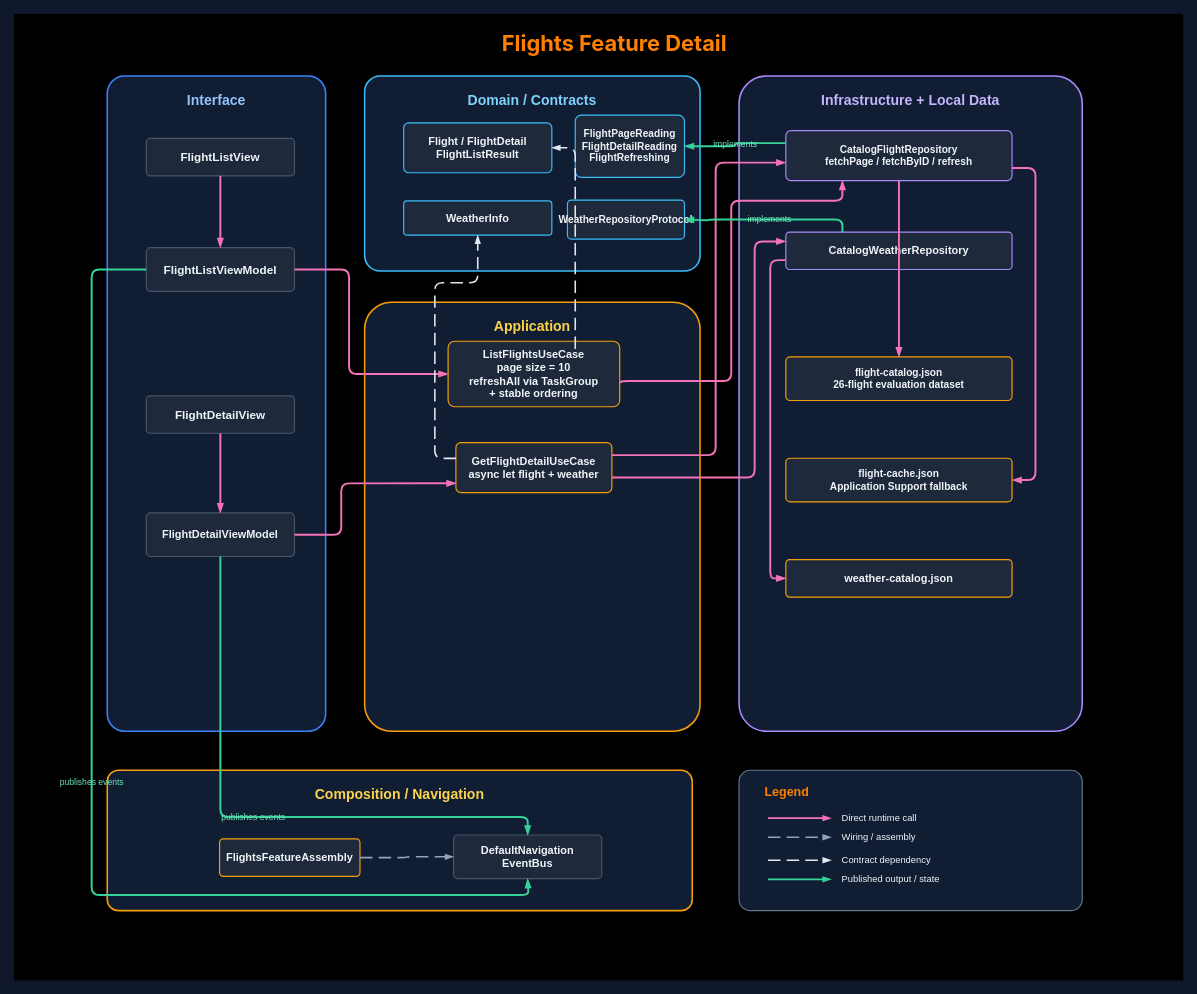
The draw.io diagram docs/architecture/flights-feature-detail.drawio in SwiftEnProfundidad/ios-architecture-showcase, before the edit. Source tidied: cells renumbered, new cells numbered last; positions are measured from the earlier drawing's top-left corner, leaving out a move shared by most shapes. Both pictures are drawn from the tidied source at 78%, with x=0, y=0 at pixel (13, 13).
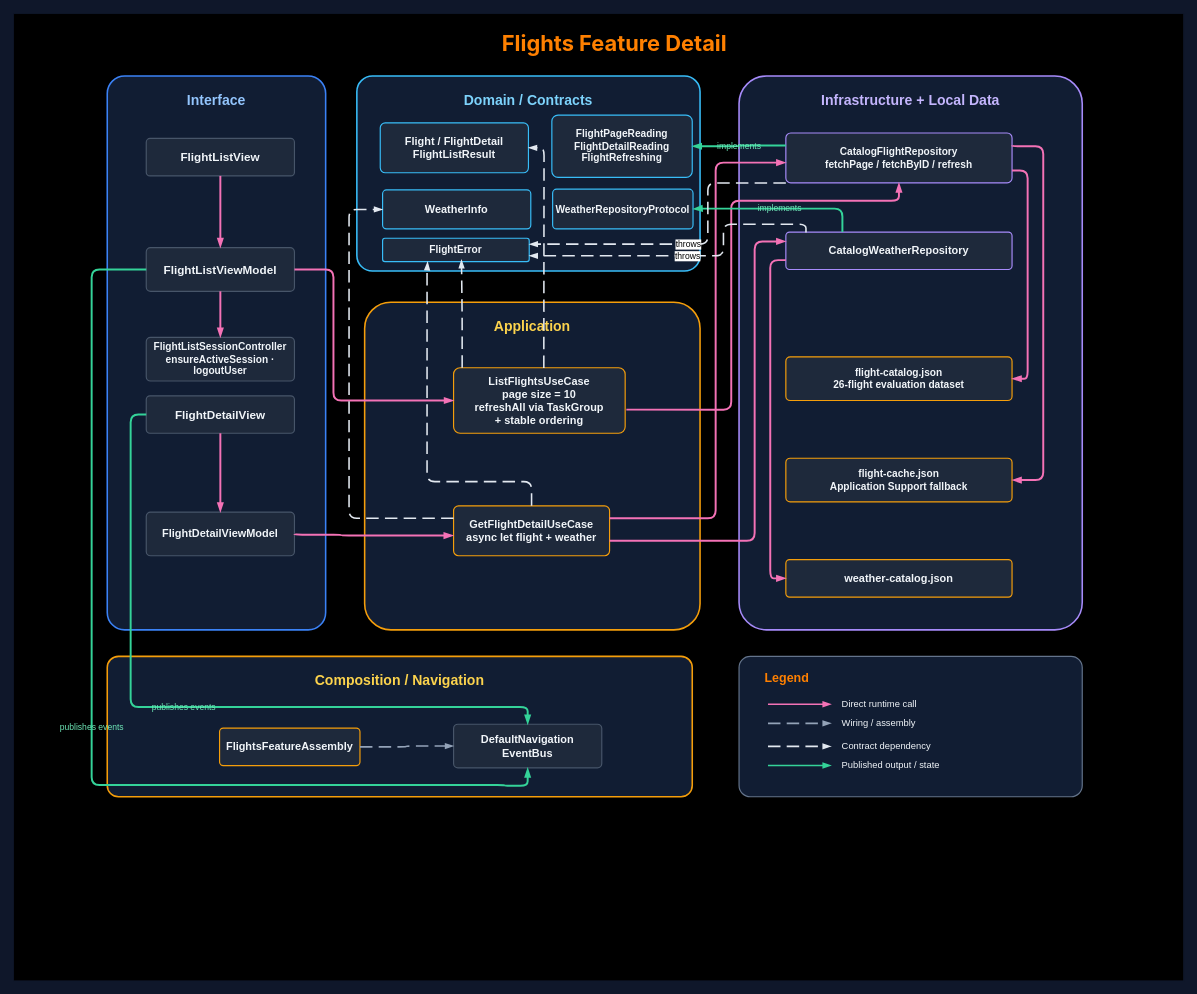
Above is the later version.

The change refers to these unchanged cells:
```xml
<mxCell id="10" value="FlightListViewModel" style="rounded=1;arcSize=10;whiteSpace=wrap;html=1;fillColor=#1E293B;strokeColor=#475569;strokeWidth=1.5;fontColor=#F1F5F9;fontSize=15;fontStyle=1;align=center;" parent="1" vertex="1">
  <mxGeometry x="170" y="300" width="190" height="56" as="geometry" />
</mxCell>
<mxCell id="11" value="FlightDetailView" style="rounded=1;arcSize=10;whiteSpace=wrap;html=1;fillColor=#1E293B;strokeColor=#475569;strokeWidth=1.5;fontColor=#F1F5F9;fontSize=15;fontStyle=1;align=center;" parent="1" vertex="1">
  <mxGeometry x="170" y="490" width="190" height="48" as="geometry" />
</mxCell>
<mxCell id="20" value="CatalogWeatherRepository" style="rounded=1;arcSize=10;whiteSpace=wrap;html=1;fillColor=#1E293B;strokeColor=#A78BFA;strokeWidth=1.5;fontColor=#F1F5F9;fontSize=14;fontStyle=1;align=center;" parent="1" vertex="1">
  <mxGeometry x="990" y="280" width="290" height="48" as="geometry" />
</mxCell>
<mxCell id="21" value="flight-catalog.json&#10;26-flight evaluation dataset" style="rounded=1;arcSize=10;whiteSpace=wrap;html=1;fillColor=#1E293B;strokeColor=#F59E0B;strokeWidth=1.5;fontColor=#F1F5F9;fontSize=13;fontStyle=1;align=center;" parent="1" vertex="1">
  <mxGeometry x="990" y="440" width="290" height="56" as="geometry" />
</mxCell>
<mxCell id="22" value="flight-cache.json&#10;Application Support fallback" style="rounded=1;arcSize=10;whiteSpace=wrap;html=1;fillColor=#1E293B;strokeColor=#F59E0B;strokeWidth=1.5;fontColor=#F1F5F9;fontSize=13;fontStyle=1;align=center;" parent="1" vertex="1">
  <mxGeometry x="990" y="570" width="290" height="56" as="geometry" />
</mxCell>
```

The edit, as a diff of the source:
```diff
@@
     <mxCell id="4" value="Interface" style="rounded=1;arcSize=8;whiteSpace=wrap;html=1;fillColor=#111D33;strokeColor=#3B82F6;strokeWidth=2;fontColor=#93C5FD;fontSize=18;fontStyle=1;verticalAlign=top;spacingTop=14;align=center;" parent="1" vertex="1">
-      <mxGeometry x="120" y="80" width="280" height="840" as="geometry" />
+      <mxGeometry x="120" y="80" width="280" height="710" as="geometry" />
     </mxCell>
     <mxCell id="5" value="Domain / Contracts" style="rounded=1;arcSize=8;whiteSpace=wrap;html=1;fillColor=#111D33;strokeColor=#38BDF8;strokeWidth=2;fontColor=#7DD3FC;fontSize=18;fontStyle=1;verticalAlign=top;spacingTop=14;align=center;" parent="1" vertex="1">
-      <mxGeometry x="450" y="80" width="430" height="250" as="geometry" />
+      <mxGeometry x="440" y="80" width="440" height="250" as="geometry" />
     </mxCell>
     <mxCell id="6" value="Application" style="rounded=1;arcSize=8;whiteSpace=wrap;html=1;fillColor=#111D33;strokeColor=#F59E0B;strokeWidth=2;fontColor=#FCD34D;fontSize=18;fontStyle=1;verticalAlign=top;spacingTop=14;align=center;" parent="1" vertex="1">
-      <mxGeometry x="450" y="370" width="430" height="550" as="geometry" />
+      <mxGeometry x="450" y="370" width="430" height="420" as="geometry" />
     </mxCell>
     <mxCell id="7" value="Infrastructure + Local Data" style="rounded=1;arcSize=8;whiteSpace=wrap;html=1;fillColor=#111D33;strokeColor=#A78BFA;strokeWidth=2;fontColor=#C4B5FD;fontSize=18;fontStyle=1;verticalAlign=top;spacingTop=14;align=center;" parent="1" vertex="1">
-      <mxGeometry x="930" y="80" width="440" height="840" as="geometry" />
+      <mxGeometry x="930" y="80" width="440" height="710" as="geometry" />
     </mxCell>
     <mxCell id="8" value="Composition / Navigation" style="rounded=1;arcSize=8;whiteSpace=wrap;html=1;fillColor=#111D33;strokeColor=#F59E0B;strokeWidth=2;fontColor=#FCD34D;fontSize=18;fontStyle=1;verticalAlign=top;spacingTop=14;align=center;" parent="1" vertex="1">
-      <mxGeometry x="120" y="970" width="750" height="180" as="geometry" />
+      <mxGeometry x="120" y="824" width="750" height="180" as="geometry" />
     </mxCell>
@@
     <mxCell id="12" value="FlightDetailViewModel" style="rounded=1;arcSize=10;whiteSpace=wrap;html=1;fillColor=#1E293B;strokeColor=#475569;strokeWidth=1.5;fontColor=#F1F5F9;fontSize=14;fontStyle=1;align=center;" parent="1" vertex="1">
-      <mxGeometry x="170" y="640" width="190" height="56" as="geometry" />
+      <mxGeometry x="170" y="639" width="190" height="56" as="geometry" />
     </mxCell>
     <mxCell id="13" value="Flight / FlightDetail&#10;FlightListResult" style="rounded=1;arcSize=10;whiteSpace=wrap;html=1;fillColor=#1E293B;strokeColor=#38BDF8;strokeWidth=1.5;fontColor=#F1F5F9;fontSize=14;fontStyle=1;align=center;" parent="1" vertex="1">
-      <mxGeometry x="500" y="140" width="190" height="64" as="geometry" />
+      <mxGeometry x="470" y="140" width="190" height="64" as="geometry" />
     </mxCell>
     <mxCell id="14" value="WeatherInfo" style="rounded=1;arcSize=10;whiteSpace=wrap;html=1;fillColor=#1E293B;strokeColor=#38BDF8;strokeWidth=1.5;fontColor=#F1F5F9;fontSize=14;fontStyle=1;align=center;" parent="1" vertex="1">
-      <mxGeometry x="500" y="240" width="190" height="44" as="geometry" />
+      <mxGeometry x="473" y="226" width="190" height="50" as="geometry" />
     </mxCell>
     <mxCell id="15" value="FlightPageReading&#10;FlightDetailReading&#10;FlightRefreshing" style="rounded=1;arcSize=10;whiteSpace=wrap;html=1;fillColor=#1E293B;strokeColor=#38BDF8;strokeWidth=1.5;fontColor=#F1F5F9;fontSize=13;fontStyle=1;align=center;" parent="1" vertex="1">
-      <mxGeometry x="720" y="130" width="140" height="80" as="geometry" />
+      <mxGeometry x="690" y="130" width="180" height="80" as="geometry" />
     </mxCell>
     <mxCell id="16" value="WeatherRepositoryProtocol" style="rounded=1;arcSize=10;whiteSpace=wrap;html=1;fillColor=#1E293B;strokeColor=#38BDF8;strokeWidth=1.5;fontColor=#F1F5F9;fontSize=13;fontStyle=1;align=center;" parent="1" vertex="1">
-      <mxGeometry x="710" y="239" width="150" height="50" as="geometry" />
+      <mxGeometry x="691" y="225" width="180" height="51" as="geometry" />
     </mxCell>
     <mxCell id="17" value="ListFlightsUseCase&#10;page size = 10&#10;refreshAll via TaskGroup&#10;+ stable ordering" style="rounded=1;arcSize=10;whiteSpace=wrap;html=1;fillColor=#1E293B;strokeColor=#F59E0B;strokeWidth=1.5;fontColor=#F1F5F9;fontSize=14;fontStyle=1;align=center;" parent="1" vertex="1">
-      <mxGeometry x="557" y="420" width="220" height="84" as="geometry" />
+      <mxGeometry x="564" y="454" width="220" height="84" as="geometry" />
     </mxCell>
     <mxCell id="18" value="GetFlightDetailUseCase&#10;async let flight + weather" style="rounded=1;arcSize=10;whiteSpace=wrap;html=1;fillColor=#1E293B;strokeColor=#F59E0B;strokeWidth=1.5;fontColor=#F1F5F9;fontSize=14;fontStyle=1;align=center;" parent="1" vertex="1">
-      <mxGeometry x="567" y="550" width="200" height="64" as="geometry" />
+      <mxGeometry x="564" y="631" width="200" height="64" as="geometry" />
     </mxCell>
     <mxCell id="19" value="CatalogFlightRepository&#10;fetchPage / fetchByID / refresh" style="rounded=1;arcSize=10;whiteSpace=wrap;html=1;fillColor=#1E293B;strokeColor=#A78BFA;strokeWidth=1.5;fontColor=#F1F5F9;fontSize=13;fontStyle=1;align=center;" parent="1" vertex="1">
-      <mxGeometry x="990" y="150" width="290" height="64" as="geometry" />
+      <mxGeometry x="990" y="153" width="290" height="64" as="geometry" />
     </mxCell>
@@
     <mxCell id="24" value="FlightsFeatureAssembly" style="rounded=1;arcSize=10;whiteSpace=wrap;html=1;fillColor=#1E293B;strokeColor=#F59E0B;strokeWidth=1.5;fontColor=#F1F5F9;fontSize=14;fontStyle=1;align=center;" parent="1" vertex="1">
-      <mxGeometry x="264" y="1058" width="180" height="48" as="geometry" />
+      <mxGeometry x="264" y="916" width="180" height="48" as="geometry" />
     </mxCell>
     <mxCell id="25" value="DefaultNavigation&#10;EventBus" style="rounded=1;arcSize=10;whiteSpace=wrap;html=1;fillColor=#1E293B;strokeColor=#475569;strokeWidth=1.5;fontColor=#F1F5F9;fontSize=14;fontStyle=1;align=center;" parent="1" vertex="1">
-      <mxGeometry x="564" y="1053" width="190" height="56" as="geometry" />
+      <mxGeometry x="564" y="911" width="190" height="56" as="geometry" />
     </mxCell>
@@
     <mxCell id="27" style="edgeStyle=orthogonalEdgeStyle;rounded=1;jettySize=auto;html=1;strokeColor=#F472B6;strokeWidth=2.5;endArrow=blockThin;endFill=1;exitX=1;exitY=0.5;entryX=0;entryY=0.5;entryDx=0;entryDy=0;" parent="1" edge="1" source="10" target="17">
       <mxGeometry relative="1" as="geometry">
         <Array as="points">
-          <mxPoint x="430" y="328" />
-          <mxPoint x="430" y="462" />
+          <mxPoint x="410" y="328" />
+          <mxPoint x="410" y="496" />
         </Array>
       </mxGeometry>
     </mxCell>
@@
-    <mxCell id="29" style="edgeStyle=orthogonalEdgeStyle;rounded=1;jettySize=auto;html=1;strokeColor=#F472B6;strokeWidth=2.5;endArrow=blockThin;endFill=1;exitX=1;exitY=0.5;entryX=0.001;entryY=0.815;entryDx=0;entryDy=0;entryPerimeter=0;" parent="1" edge="1" source="12" target="18">
+    <mxCell id="29" style="edgeStyle=orthogonalEdgeStyle;rounded=1;jettySize=auto;html=1;strokeColor=#F472B6;strokeWidth=2.5;endArrow=blockThin;endFill=1;exitX=1;exitY=0.5;entryX=-0.002;entryY=0.596;entryDx=0;entryDy=0;entryPerimeter=0;" parent="1" edge="1" source="12" target="18">
       <mxGeometry relative="1" as="geometry">
         <Array as="points">
           <mxPoint x="420" y="668" />
-          <mxPoint x="420" y="602" />
+          <mxPoint x="420" y="670" />
         </Array>
       </mxGeometry>
     </mxCell>
-    <mxCell id="30" style="edgeStyle=orthogonalEdgeStyle;rounded=1;jettySize=auto;html=1;strokeColor=#F472B6;strokeWidth=2.5;endArrow=blockThin;endFill=1;exitX=1.007;exitY=0.639;entryX=0.25;entryY=1;entryDx=0;entryDy=0;exitDx=0;exitDy=0;exitPerimeter=0;" parent="1" edge="1" source="17" target="19">
+    <mxCell id="30" style="edgeStyle=orthogonalEdgeStyle;rounded=1;jettySize=auto;html=1;strokeColor=#F472B6;strokeWidth=2.5;endArrow=blockThin;endFill=1;exitX=1.007;exitY=0.639;entryX=0.5;entryY=1;entryDx=0;entryDy=0;exitDx=0;exitDy=0;exitPerimeter=0;" parent="1" edge="1" source="17" target="19">
       <mxGeometry relative="1" as="geometry">
         <Array as="points">
-          <mxPoint x="920" y="471" />
+          <mxPoint x="920" y="508" />
           <mxPoint x="920" y="240" />
-          <mxPoint x="1062" y="240" />
+          <mxPoint x="1135" y="240" />
         </Array>
       </mxGeometry>
     </mxCell>
     <mxCell id="31" style="edgeStyle=orthogonalEdgeStyle;rounded=1;jettySize=auto;html=1;strokeColor=#F472B6;strokeWidth=2.5;endArrow=blockThin;endFill=1;exitX=1;exitY=0.25;exitDx=0;exitDy=0;" parent="1" edge="1" source="18">
       <mxGeometry relative="1" as="geometry">
         <mxPoint x="990" y="191" as="targetPoint" />
         <Array as="points">
-          <mxPoint x="900" y="566" />
+          <mxPoint x="900" y="647" />
           <mxPoint x="900" y="191" />
         </Array>
       </mxGeometry>
     </mxCell>
     <mxCell id="32" style="edgeStyle=orthogonalEdgeStyle;rounded=1;jettySize=auto;html=1;strokeColor=#F472B6;strokeWidth=2.5;endArrow=blockThin;endFill=1;exitX=1;exitY=0.7;entryX=0;entryY=0.25;entryDx=0;entryDy=0;" parent="1" edge="1" source="18" target="20">
       <mxGeometry relative="1" as="geometry">
         <Array as="points">
-          <mxPoint x="950" y="595" />
+          <mxPoint x="950" y="676" />
           <mxPoint x="950" y="292" />
         </Array>
       </mxGeometry>
     </mxCell>
@@
-    <mxCell id="34" value="implements" style="edgeStyle=orthogonalEdgeStyle;rounded=1;jettySize=auto;html=1;strokeColor=#34D399;strokeWidth=2.5;endArrow=blockThin;endFill=1;fontColor=#6EE7B7;fontSize=11;labelBackgroundColor=none;exitX=0.25;exitY=0;entryX=1;entryY=0.5;exitDx=0;exitDy=0;" parent="1" edge="1" source="20" target="16">
+    <mxCell id="34" value="implements" style="edgeStyle=orthogonalEdgeStyle;rounded=1;jettySize=auto;html=1;strokeColor=#34D399;strokeWidth=2.5;endArrow=blockThin;endFill=1;fontColor=#6EE7B7;fontSize=11;labelBackgroundColor=none;exitX=0.25;exitY=0;entryX=1;entryY=0.5;exitDx=0;exitDy=0;entryDx=0;entryDy=0;" parent="1" edge="1" source="20" target="16">
       <mxGeometry relative="1" as="geometry">
         <Array as="points">
-          <mxPoint x="1063" y="264" />
-          <mxPoint x="890" y="264" />
-          <mxPoint x="860" y="265" />
+          <mxPoint x="1063" y="250" />
+          <mxPoint x="878" y="250" />
         </Array>
       </mxGeometry>
     </mxCell>
-    <mxCell id="35" style="edgeStyle=orthogonalEdgeStyle;rounded=1;jettySize=auto;html=1;strokeColor=#F472B6;strokeWidth=2.5;endArrow=blockThin;endFill=1;exitX=0.5;exitY=1;entryX=0.5;entryY=0;" parent="1" edge="1" source="19" target="21">
+    <mxCell id="35" style="edgeStyle=orthogonalEdgeStyle;rounded=1;jettySize=auto;html=1;strokeColor=#F472B6;strokeWidth=2.5;endArrow=blockThin;endFill=1;exitX=1;exitY=0.75;entryX=1;entryY=0.5;exitDx=0;exitDy=0;entryDx=0;entryDy=0;" parent="1" edge="1" source="19" target="21">
       <mxGeometry relative="1" as="geometry" />
     </mxCell>
-    <mxCell id="36" style="edgeStyle=orthogonalEdgeStyle;rounded=1;jettySize=auto;html=1;strokeColor=#F472B6;strokeWidth=2.5;endArrow=blockThin;endFill=1;exitX=1;exitY=0.75;entryX=1;entryY=0.5;exitDx=0;exitDy=0;entryDx=0;entryDy=0;" parent="1" edge="1" source="19" target="22">
+    <mxCell id="36" style="edgeStyle=orthogonalEdgeStyle;rounded=1;jettySize=auto;html=1;strokeColor=#F472B6;strokeWidth=2.5;endArrow=blockThin;endFill=1;exitX=1;exitY=0.25;entryX=1;entryY=0.5;exitDx=0;exitDy=0;entryDx=0;entryDy=0;" parent="1" edge="1" source="19" target="22">
       <mxGeometry relative="1" as="geometry">
         <Array as="points">
-          <mxPoint x="1310" y="198" />
-          <mxPoint x="1310" y="598" />
+          <mxPoint x="1280" y="170" />
+          <mxPoint x="1320" y="170" />
+          <mxPoint x="1320" y="598" />
         </Array>
       </mxGeometry>
     </mxCell>
@@
     <mxCell id="38" value="publishes events" style="edgeStyle=orthogonalEdgeStyle;rounded=1;jettySize=auto;html=1;strokeColor=#34D399;strokeWidth=2.5;endArrow=blockThin;endFill=1;fontColor=#6EE7B7;fontSize=11;labelBackgroundColor=none;exitX=0;exitY=0.5;entryX=0.5;entryY=1;entryDx=0;entryDy=0;exitDx=0;exitDy=0;" parent="1" edge="1" source="10" target="25">
       <mxGeometry relative="1" as="geometry">
         <Array as="points">
           <mxPoint x="100" y="328" />
-          <mxPoint x="100" y="1130" />
-          <mxPoint x="660" y="1130" />
-          <mxPoint x="660" y="1109" />
+          <mxPoint x="100" y="989" />
+          <mxPoint x="630" y="989" />
+          <mxPoint x="630" y="990" />
+          <mxPoint x="659" y="990" />
         </Array>
       </mxGeometry>
     </mxCell>
-    <mxCell id="39" value="publishes events" style="edgeStyle=orthogonalEdgeStyle;rounded=1;jettySize=auto;html=1;strokeColor=#34D399;strokeWidth=2.5;endArrow=blockThin;endFill=1;fontColor=#6EE7B7;fontSize=11;labelBackgroundColor=none;exitX=0.5;exitY=1;entryX=0.5;entryY=0;entryDx=0;entryDy=0;exitDx=0;exitDy=0;" parent="1" edge="1" source="12" target="25">
+    <mxCell id="39" value="publishes events" style="edgeStyle=orthogonalEdgeStyle;rounded=1;jettySize=auto;html=1;strokeColor=#34D399;strokeWidth=2.5;endArrow=blockThin;endFill=1;fontColor=#6EE7B7;fontSize=11;labelBackgroundColor=none;exitX=0;exitY=0.5;entryX=0.5;entryY=0;entryDx=0;entryDy=0;exitDx=0;exitDy=0;" parent="1" edge="1" source="11" target="25">
       <mxGeometry relative="1" as="geometry">
         <Array as="points">
-          <mxPoint x="265" y="1030" />
-          <mxPoint x="659" y="1030" />
+          <mxPoint x="150" y="514" />
+          <mxPoint x="150" y="889" />
+          <mxPoint x="659" y="889" />
         </Array>
       </mxGeometry>
     </mxCell>
@@
-    <mxCell id="41" style="edgeStyle=orthogonalEdgeStyle;rounded=1;jettySize=auto;html=1;strokeColor=#E2E8F0;strokeWidth=2;endArrow=blockThin;endFill=1;dashed=1;dashPattern=8 4;entryX=1;entryY=0.5;entryDx=0;entryDy=0;" parent="1" edge="1" target="13">
+    <mxCell id="41" style="edgeStyle=orthogonalEdgeStyle;rounded=1;jettySize=auto;html=1;strokeColor=#E2E8F0;strokeWidth=2;endArrow=blockThin;endFill=1;dashed=1;dashPattern=8 4;entryX=1;entryY=0.5;entryDx=0;entryDy=0;exitX=0.526;exitY=0.004;exitDx=0;exitDy=0;exitPerimeter=0;" parent="1" edge="1" source="17" target="13">
       <mxGeometry relative="1" as="geometry">
-        <mxPoint x="720" y="430" as="sourcePoint" />
         <Array as="points">
-          <mxPoint x="720" y="172" />
+          <mxPoint x="680" y="440" />
+          <mxPoint x="680" y="172" />
         </Array>
       </mxGeometry>
     </mxCell>
-    <mxCell id="42" style="edgeStyle=orthogonalEdgeStyle;rounded=1;jettySize=auto;html=1;strokeColor=#E2E8F0;strokeWidth=2;endArrow=blockThin;endFill=1;dashed=1;dashPattern=8 4;exitX=0.001;exitY=0.315;entryX=0.5;entryY=1;exitDx=0;exitDy=0;exitPerimeter=0;entryDx=0;entryDy=0;" parent="1" edge="1" source="18" target="14">
+    <mxCell id="42" style="edgeStyle=orthogonalEdgeStyle;rounded=1;jettySize=auto;html=1;strokeColor=#E2E8F0;strokeWidth=2;endArrow=blockThin;endFill=1;dashed=1;dashPattern=8 4;exitX=0;exitY=0.25;exitDx=0;exitDy=0;entryX=0;entryY=0.5;entryDx=0;entryDy=0;" parent="1" edge="1" source="18" target="14">
       <mxGeometry relative="1" as="geometry">
         <Array as="points">
-          <mxPoint x="540" y="570" />
-          <mxPoint x="540" y="345" />
-          <mxPoint x="595" y="345" />
+          <mxPoint x="430" y="647" />
+          <mxPoint x="430" y="251" />
         </Array>
       </mxGeometry>
     </mxCell>
+    <mxCell id="53" value="FlightListSessionController&#10;ensureActiveSession · logoutUser" style="rounded=1;arcSize=10;whiteSpace=wrap;html=1;fillColor=#1E293B;strokeColor=#475569;strokeWidth=1.5;fontColor=#F1F5F9;fontSize=13;fontStyle=1;align=center;" parent="1" vertex="1">
+      <mxGeometry x="170" y="415" width="190" height="56" as="geometry" />
+    </mxCell>
+    <mxCell id="54" value="FlightError" style="rounded=1;arcSize=10;whiteSpace=wrap;html=1;fillColor=#1E293B;strokeColor=#38BDF8;strokeWidth=1.5;fontColor=#F1F5F9;fontSize=13;fontStyle=1;align=center;" parent="1" vertex="1">
+      <mxGeometry x="473" y="288" width="188" height="30" as="geometry" />
+    </mxCell>
+    <mxCell id="55" style="edgeStyle=orthogonalEdgeStyle;rounded=1;jettySize=auto;html=1;strokeColor=#F472B6;strokeWidth=2.5;endArrow=blockThin;endFill=1;exitX=0.5;exitY=1;entryX=0.5;entryY=0;" parent="1" edge="1" source="10" target="53">
+      <mxGeometry relative="1" as="geometry" />
+    </mxCell>
+    <mxCell id="56" style="edgeStyle=orthogonalEdgeStyle;rounded=1;jettySize=auto;html=1;strokeColor=#E2E8F0;strokeWidth=2;endArrow=blockThin;endFill=1;dashed=1;dashPattern=8 4;exitX=0.05;exitY=0;exitDx=0;exitDy=0;entryX=0.538;entryY=0.917;entryDx=0;entryDy=0;entryPerimeter=0;" parent="1" edge="1" source="17" target="54">
+      <mxGeometry relative="1" as="geometry">
+        <Array as="points">
+          <mxPoint x="575" y="390" />
+          <mxPoint x="574" y="390" />
+        </Array>
+      </mxGeometry>
+    </mxCell>
+    <mxCell id="57" value="throws" style="edgeStyle=orthogonalEdgeStyle;rounded=1;jettySize=auto;html=1;strokeColor=#E2E8F0;strokeWidth=2;endArrow=blockThin;endFill=1;dashed=1;dashPattern=8 4;exitX=0;exitY=1;exitDx=0;exitDy=0;entryX=1;entryY=0.25;entryDx=0;entryDy=0;" parent="1" edge="1" source="19" target="54">
+      <mxGeometry relative="1" as="geometry">
+        <Array as="points">
+          <mxPoint x="890" y="217" />
+          <mxPoint x="890" y="296" />
+          <mxPoint x="661" y="296" />
+        </Array>
+      </mxGeometry>
+    </mxCell>
+    <mxCell id="58" style="edgeStyle=orthogonalEdgeStyle;rounded=1;jettySize=auto;html=1;strokeColor=#E2E8F0;strokeWidth=2;endArrow=blockThin;endFill=1;dashed=1;dashPattern=8 4;exitX=0.5;exitY=0;exitDx=0;exitDy=0;entryX=0.307;entryY=1;entryDx=0;entryDy=0;entryPerimeter=0;" parent="1" edge="1" source="18" target="54">
+      <mxGeometry relative="1" as="geometry">
+        <Array as="points">
+          <mxPoint x="664" y="600" />
+          <mxPoint x="530" y="600" />
+          <mxPoint x="530" y="330" />
+          <mxPoint x="531" y="330" />
+        </Array>
+      </mxGeometry>
+    </mxCell>
+    <mxCell id="59" value="throws" style="edgeStyle=orthogonalEdgeStyle;rounded=1;jettySize=auto;html=1;strokeColor=#E2E8F0;strokeWidth=2;endArrow=blockThin;endFill=1;dashed=1;dashPattern=8 4;exitX=0.089;exitY=0.01;exitDx=0;exitDy=0;entryX=1;entryY=0.75;entryDx=0;entryDy=0;exitPerimeter=0;" parent="1" edge="1" source="20" target="54">
+      <mxGeometry relative="1" as="geometry">
+        <Array as="points">
+          <mxPoint x="1016" y="270" />
+          <mxPoint x="910" y="270" />
+          <mxPoint x="910" y="311" />
+          <mxPoint x="661" y="311" />
+        </Array>
+      </mxGeometry>
+    </mxCell>
     <mxCell id="43" style="group;" parent="1" vertex="1">
-      <mxGeometry x="930" y="970" width="440" height="180" as="geometry" />
+      <mxGeometry x="930" y="824" width="440" height="180" as="geometry" />
     </mxCell>
```
